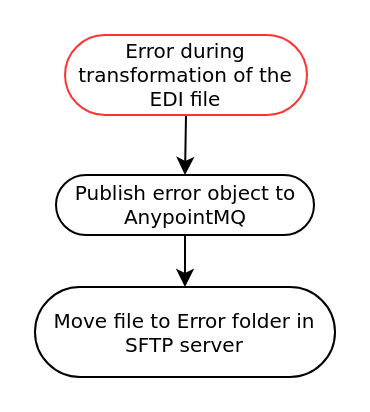
ahernandez1129/anypoint keeps this draw.io diagram as page "Error case 2" (11 of 20) of Copy of eInvoicing API Led.drawio. Above is the earlier version. Source tidied: cells renumbered, new cells numbered last; positions are measured from the earlier drawing's top-left corner, leaving out a move shared by most shapes. Both pictures are drawn from the tidied source at 200%, with x=0, y=0 at pixel (34, 34).
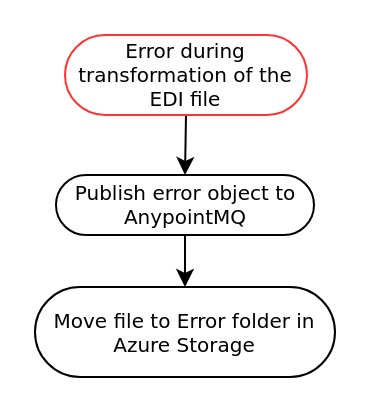
The same diagram, later.

The edit, as a diff of the source:
```diff
@@
 <mxGraphModel>
   <root>
     <mxCell id="0" />
     <mxCell id="1" parent="0" />
     <mxCell id="2" style="edgeStyle=orthogonalEdgeStyle;rounded=1;jettySize=auto;html=1;exitX=0.5;exitY=1;exitDx=0;exitDy=0;entryX=0.5;entryY=0;entryDx=0;entryDy=0;strokeWidth=1;fontSize=10;" parent="1" edge="1" source="3" target="5">
       <mxGeometry relative="1" as="geometry" />
     </mxCell>
     <mxCell id="3" value="&lt;font style=&quot;font-size: 10px&quot;&gt;Error during transformation of the EDI file&lt;br style=&quot;font-size: 10px&quot;&gt;&lt;/font&gt;" style="rounded=1;whiteSpace=wrap;html=1;shadow=0;comic=0;labelBackgroundColor=none;strokeColor=#FF3333;strokeWidth=1;fillColor=#ffffff;fontFamily=Verdana;fontSize=10;fontColor=#000000;align=center;arcSize=50;" parent="1" vertex="1">
       <mxGeometry x="15" width="121" height="40" as="geometry" />
     </mxCell>
     <mxCell id="4" style="edgeStyle=orthogonalEdgeStyle;rounded=1;jettySize=auto;html=1;exitX=0.5;exitY=1;exitDx=0;exitDy=0;entryX=0.5;entryY=0;entryDx=0;entryDy=0;strokeWidth=1;fontSize=10;" parent="1" edge="1" source="5" target="6">
       <mxGeometry relative="1" as="geometry" />
     </mxCell>
     <mxCell id="5" value="&lt;span style=&quot;font-size: 10px;&quot;&gt;Publish error object to AnypointMQ&lt;/span&gt;" style="rounded=1;whiteSpace=wrap;html=1;shadow=0;comic=0;labelBackgroundColor=none;strokeColor=#000000;strokeWidth=1;fillColor=#ffffff;fontFamily=Verdana;fontSize=10;fontColor=#000000;align=center;arcSize=50;" parent="1" vertex="1">
       <mxGeometry x="10.5" y="70" width="129" height="30" as="geometry" />
     </mxCell>
-    <mxCell id="6" value="&lt;span style=&quot;font-size: 10px&quot;&gt;Move file to Error folder in SFTP server&lt;/span&gt;" style="rounded=1;whiteSpace=wrap;html=1;shadow=0;comic=0;labelBackgroundColor=none;strokeColor=#000000;strokeWidth=1;fillColor=#ffffff;fontFamily=Verdana;fontSize=10;fontColor=#000000;align=center;arcSize=50;" parent="1" vertex="1">
+    <mxCell id="6" value="&lt;span style=&quot;font-size: 10px&quot;&gt;Move file to Error folder in Azure Storage&lt;/span&gt;" style="rounded=1;whiteSpace=wrap;html=1;shadow=0;comic=0;labelBackgroundColor=none;strokeColor=#000000;strokeWidth=1;fillColor=#ffffff;fontFamily=Verdana;fontSize=10;fontColor=#000000;align=center;arcSize=50;" parent="1" vertex="1">
       <mxGeometry y="126" width="150" height="45" as="geometry" />
     </mxCell>
   </root>
 </mxGraphModel>
```
